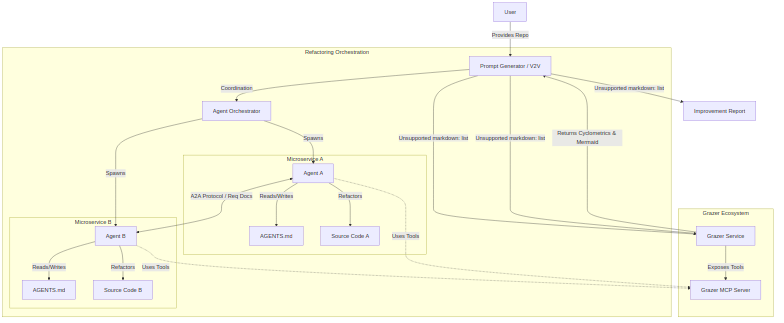
Above: diagrams/architecture.png in kirilligum/vibe2vibe-hackathon-251206 (Mermaid), before the change. Its source is kept beside it as diagrams/architecture.mmd.
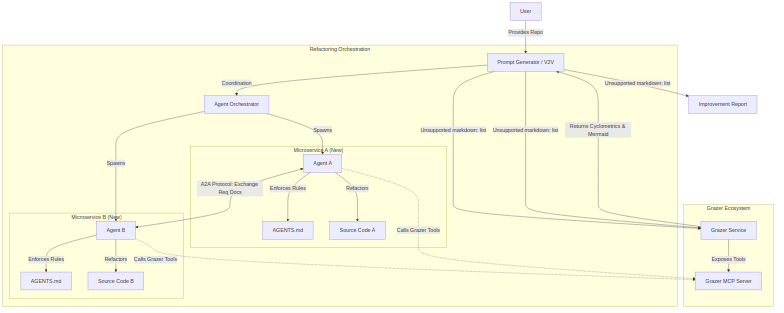
Later version of the same file.

Commit message:
docs: Update architecture and workflow diagrams

Diff of the diagram source:
```diff
@@ -10,25 +10,25 @@
     subgraph "Refactoring Orchestration"
         PG -->|Coordination| AgentOrch[Agent Orchestrator]
 
-        subgraph "Microservice A"
+        subgraph "Microservice A (New)"
             AgentA[Agent A]
             ConfigA[AGENTS.md]
             CodeA[Source Code A]
-            AgentA -->|Reads/Writes| ConfigA
+            AgentA -->|Enforces Rules| ConfigA
             AgentA -->|Refactors| CodeA
         end
 
-        subgraph "Microservice B"
+        subgraph "Microservice B (New)"
             AgentB[Agent B]
             ConfigB[AGENTS.md]
             CodeB[Source Code B]
-            AgentB -->|Reads/Writes| ConfigB
+            AgentB -->|Enforces Rules| ConfigB
             AgentB -->|Refactors| CodeB
         end
     end
 
-    PG -->|1. Request Old Metrics| Grazer
-    PG -->|2. Request New Metrics| Grazer
+    PG -->|1. Request Pre-Split Metrics| Grazer
+    PG -->|2. Request Post-Split Metrics| Grazer
     Grazer -->|Returns Cyclometrics & Mermaid| PG
 
     PG -->|3. Compare & Explain| Diff[Improvement Report]
@@ -36,7 +36,7 @@
     AgentOrch -->|Spawns| AgentA
     AgentOrch -->|Spawns| AgentB
 
-    AgentA <-->|A2A Protocol / Req Docs| AgentB
+    AgentA <-->|A2A Protocol: Exchange Req Docs| AgentB
 
-    AgentA -.->|Uses Tools| MCP
-    AgentB -.->|Uses Tools| MCP
+    AgentA -.->|Calls Grazer Tools| MCP
+    AgentB -.->|Calls Grazer Tools| MCP
```
